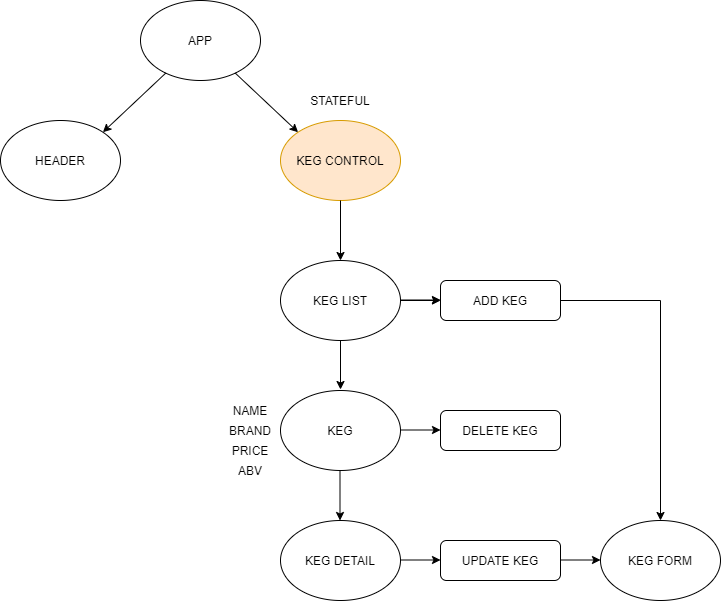
This is src/img/TapRoom.png from EricStratton/redux-tap-room, a draw.io export, as it was before one commit. Source tidied: cells renumbered, new cells last; positions are measured from the earlier drawing's top-left corner, leaving out a move shared by most shapes. Source of this version:
```xml
<mxGraphModel>
  <root>
    <mxCell id="0" />
    <mxCell id="1" parent="0" />
    <mxCell id="2" value="HEADER" style="ellipse;whiteSpace=wrap;html=1;" parent="1" vertex="1">
      <mxGeometry y="120" width="120" height="80" as="geometry" />
    </mxCell>
    <mxCell id="3" value="KEG CONTROL" style="ellipse;whiteSpace=wrap;html=1;fillColor=#ffe6cc;strokeColor=#d79b00;" parent="1" vertex="1">
      <mxGeometry x="280" y="120" width="120" height="80" as="geometry" />
    </mxCell>
    <mxCell id="4" style="endArrow=classic;html=1;" parent="1" edge="1" source="3">
      <mxGeometry relative="1" as="geometry">
        <mxPoint x="340" y="260" as="targetPoint" />
      </mxGeometry>
    </mxCell>
    <mxCell id="5" value="APP" style="ellipse;whiteSpace=wrap;html=1;" parent="1" vertex="1">
      <mxGeometry x="140" width="120" height="80" as="geometry" />
    </mxCell>
    <mxCell id="6" style="endArrow=classic;html=1;entryX=1;entryY=0;entryDx=0;entryDy=0;" parent="1" edge="1" source="5" target="2">
      <mxGeometry relative="1" as="geometry" />
    </mxCell>
    <mxCell id="7" style="endArrow=classic;html=1;entryX=0;entryY=0;entryDx=0;entryDy=0;" parent="1" edge="1" source="5" target="3">
      <mxGeometry relative="1" as="geometry" />
    </mxCell>
    <mxCell id="8" style="edgeStyle=orthogonalEdgeStyle;rounded=0;jettySize=auto;html=1;" parent="1" edge="1" source="9" target="14">
      <mxGeometry relative="1" as="geometry" />
    </mxCell>
    <mxCell id="9" value="KEG LIST" style="ellipse;whiteSpace=wrap;html=1;" parent="1" vertex="1">
      <mxGeometry x="280" y="260" width="120" height="80" as="geometry" />
    </mxCell>
    <mxCell id="10" value="KEG" style="ellipse;whiteSpace=wrap;html=1;" parent="1" vertex="1">
      <mxGeometry x="280" y="390" width="120" height="80" as="geometry" />
    </mxCell>
    <mxCell id="11" style="endArrow=classic;html=1;exitX=0.5;exitY=1;exitDx=0;exitDy=0;" parent="1" edge="1" source="9">
      <mxGeometry relative="1" as="geometry">
        <mxPoint x="340" y="389" as="targetPoint" />
      </mxGeometry>
    </mxCell>
    <mxCell id="12" style="endArrow=classic;html=1;" parent="1" edge="1">
      <mxGeometry relative="1" as="geometry">
        <mxPoint x="400" y="299.5" as="sourcePoint" />
        <mxPoint x="440" y="299.5" as="targetPoint" />
      </mxGeometry>
    </mxCell>
    <mxCell id="13" style="edgeStyle=orthogonalEdgeStyle;rounded=0;jettySize=auto;html=1;entryX=0.5;entryY=0;entryDx=0;entryDy=0;" parent="1" edge="1" source="14" target="21">
      <mxGeometry relative="1" as="geometry" />
    </mxCell>
    <mxCell id="14" value="ADD KEG" style="rounded=1;whiteSpace=wrap;html=1;" parent="1" vertex="1">
      <mxGeometry x="440" y="280" width="120" height="40" as="geometry" />
    </mxCell>
    <mxCell id="15" value="DELETE KEG" style="rounded=1;whiteSpace=wrap;html=1;" parent="1" vertex="1">
      <mxGeometry x="440" y="410" width="120" height="40" as="geometry" />
    </mxCell>
    <mxCell id="16" style="edgeStyle=orthogonalEdgeStyle;rounded=0;orthogonalLoop=1;jettySize=auto;html=1;" parent="1" edge="1">
      <mxGeometry relative="1" as="geometry">
        <mxPoint x="400" y="429.5" as="sourcePoint" />
        <mxPoint x="440" y="429.5" as="targetPoint" />
      </mxGeometry>
    </mxCell>
    <mxCell id="17" value="KEG DETAIL" style="ellipse;whiteSpace=wrap;html=1;" parent="1" vertex="1">
      <mxGeometry x="280" y="520" width="120" height="80" as="geometry" />
    </mxCell>
    <mxCell id="18" style="endArrow=classic;html=1;exitX=0.5;exitY=1;exitDx=0;exitDy=0;" parent="1" edge="1">
      <mxGeometry relative="1" as="geometry">
        <mxPoint x="339.5" y="471" as="sourcePoint" />
        <mxPoint x="339.5" y="520" as="targetPoint" />
      </mxGeometry>
    </mxCell>
    <mxCell id="19" value="UPDATE KEG" style="rounded=1;whiteSpace=wrap;html=1;" parent="1" vertex="1">
      <mxGeometry x="440" y="540" width="120" height="40" as="geometry" />
    </mxCell>
    <mxCell id="20" style="edgeStyle=orthogonalEdgeStyle;rounded=0;orthogonalLoop=1;jettySize=auto;html=1;" parent="1" edge="1">
      <mxGeometry relative="1" as="geometry">
        <mxPoint x="400" y="559.5" as="sourcePoint" />
        <mxPoint x="440" y="559.5" as="targetPoint" />
      </mxGeometry>
    </mxCell>
    <mxCell id="21" value="KEG FORM" style="ellipse;whiteSpace=wrap;html=1;" parent="1" vertex="1">
      <mxGeometry x="600" y="520" width="120" height="80" as="geometry" />
    </mxCell>
    <mxCell id="22" style="edgeStyle=orthogonalEdgeStyle;rounded=0;orthogonalLoop=1;jettySize=auto;html=1;" parent="1" edge="1">
      <mxGeometry relative="1" as="geometry">
        <mxPoint x="560" y="559.5" as="sourcePoint" />
        <mxPoint x="600" y="559.5" as="targetPoint" />
      </mxGeometry>
    </mxCell>
    <mxCell id="23" value="NAME" style="text;html=1;strokeColor=none;fillColor=none;align=center;verticalAlign=middle;whiteSpace=wrap;rounded=0;" parent="1" vertex="1">
      <mxGeometry x="230" y="400" width="40" height="20" as="geometry" />
    </mxCell>
    <mxCell id="24" value="BRAND" style="text;html=1;strokeColor=none;fillColor=none;align=center;verticalAlign=middle;whiteSpace=wrap;rounded=0;" parent="1" vertex="1">
      <mxGeometry x="230" y="420" width="40" height="20" as="geometry" />
    </mxCell>
    <mxCell id="25" value="PRICE" style="text;html=1;strokeColor=none;fillColor=none;align=center;verticalAlign=middle;whiteSpace=wrap;rounded=0;" parent="1" vertex="1">
      <mxGeometry x="230" y="440" width="40" height="20" as="geometry" />
    </mxCell>
    <mxCell id="26" value="ABV" style="text;html=1;strokeColor=none;fillColor=none;align=center;verticalAlign=middle;whiteSpace=wrap;rounded=0;" parent="1" vertex="1">
      <mxGeometry x="230" y="460" width="40" height="20" as="geometry" />
    </mxCell>
    <mxCell id="27" value="STATEFUL" style="text;html=1;strokeColor=none;fillColor=none;align=center;verticalAlign=middle;whiteSpace=wrap;rounded=0;" parent="1" vertex="1">
      <mxGeometry x="320" y="90" width="40" height="20" as="geometry" />
    </mxCell>
  </root>
</mxGraphModel>
```
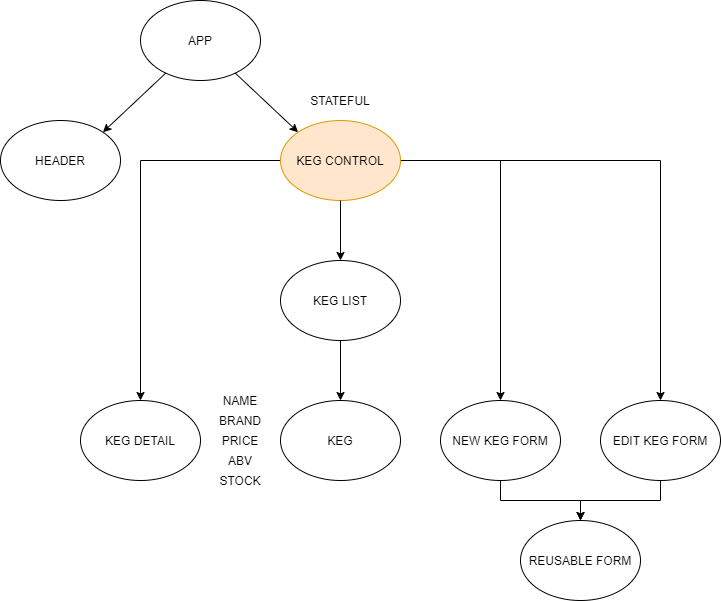
Above is the later version.

Commit message:
add restructured component diagram to project

Change to the diagram source:
```diff
@@ -5,6 +5,15 @@
     <mxCell id="2" value="HEADER" style="ellipse;whiteSpace=wrap;html=1;" parent="1" vertex="1">
       <mxGeometry y="120" width="120" height="80" as="geometry" />
     </mxCell>
+    <mxCell id="28" style="edgeStyle=orthogonalEdgeStyle;rounded=0;jettySize=auto;html=1;exitX=0;exitY=0.5;exitDx=0;exitDy=0;entryX=0.5;entryY=0;entryDx=0;entryDy=0;" parent="1" edge="1" source="3" target="17">
+      <mxGeometry relative="1" as="geometry" />
+    </mxCell>
+    <mxCell id="29" style="edgeStyle=orthogonalEdgeStyle;rounded=0;jettySize=auto;html=1;exitX=1;exitY=0.5;exitDx=0;exitDy=0;entryX=0.5;entryY=0;entryDx=0;entryDy=0;" parent="1" edge="1" source="3" target="21">
+      <mxGeometry relative="1" as="geometry" />
+    </mxCell>
+    <mxCell id="30" style="edgeStyle=orthogonalEdgeStyle;rounded=0;jettySize=auto;html=1;entryX=0.5;entryY=0;entryDx=0;entryDy=0;" parent="1" edge="1" source="3" target="33">
+      <mxGeometry relative="1" as="geometry" />
+    </mxCell>
     <mxCell id="3" value="KEG CONTROL" style="ellipse;whiteSpace=wrap;html=1;fillColor=#ffe6cc;strokeColor=#d79b00;" parent="1" vertex="1">
       <mxGeometry x="280" y="120" width="120" height="80" as="geometry" />
     </mxCell>
@@ -22,82 +31,50 @@
     <mxCell id="7" style="endArrow=classic;html=1;entryX=0;entryY=0;entryDx=0;entryDy=0;" parent="1" edge="1" source="5" target="3">
       <mxGeometry relative="1" as="geometry" />
     </mxCell>
-    <mxCell id="8" style="edgeStyle=orthogonalEdgeStyle;rounded=0;jettySize=auto;html=1;" parent="1" edge="1" source="9" target="14">
-      <mxGeometry relative="1" as="geometry" />
-    </mxCell>
     <mxCell id="9" value="KEG LIST" style="ellipse;whiteSpace=wrap;html=1;" parent="1" vertex="1">
       <mxGeometry x="280" y="260" width="120" height="80" as="geometry" />
     </mxCell>
     <mxCell id="10" value="KEG" style="ellipse;whiteSpace=wrap;html=1;" parent="1" vertex="1">
-      <mxGeometry x="280" y="390" width="120" height="80" as="geometry" />
+      <mxGeometry x="280" y="400" width="120" height="80" as="geometry" />
     </mxCell>
-    <mxCell id="11" style="endArrow=classic;html=1;exitX=0.5;exitY=1;exitDx=0;exitDy=0;" parent="1" edge="1" source="9">
-      <mxGeometry relative="1" as="geometry">
-        <mxPoint x="340" y="389" as="targetPoint" />
-      </mxGeometry>
+    <mxCell id="11" style="endArrow=classic;html=1;exitX=0.5;exitY=1;exitDx=0;exitDy=0;entryX=0.5;entryY=0;entryDx=0;entryDy=0;" parent="1" edge="1" source="9" target="10">
+      <mxGeometry relative="1" as="geometry" />
     </mxCell>
-    <mxCell id="12" style="endArrow=classic;html=1;" parent="1" edge="1">
-      <mxGeometry relative="1" as="geometry">
-        <mxPoint x="400" y="299.5" as="sourcePoint" />
-        <mxPoint x="440" y="299.5" as="targetPoint" />
-      </mxGeometry>
-    </mxCell>
-    <mxCell id="13" style="edgeStyle=orthogonalEdgeStyle;rounded=0;jettySize=auto;html=1;entryX=0.5;entryY=0;entryDx=0;entryDy=0;" parent="1" edge="1" source="14" target="21">
-      <mxGeometry relative="1" as="geometry" />
-    </mxCell>
-    <mxCell id="14" value="ADD KEG" style="rounded=1;whiteSpace=wrap;html=1;" parent="1" vertex="1">
-      <mxGeometry x="440" y="280" width="120" height="40" as="geometry" />
-    </mxCell>
-    <mxCell id="15" value="DELETE KEG" style="rounded=1;whiteSpace=wrap;html=1;" parent="1" vertex="1">
-      <mxGeometry x="440" y="410" width="120" height="40" as="geometry" />
-    </mxCell>
-    <mxCell id="16" style="edgeStyle=orthogonalEdgeStyle;rounded=0;orthogonalLoop=1;jettySize=auto;html=1;" parent="1" edge="1">
-      <mxGeometry relative="1" as="geometry">
-        <mxPoint x="400" y="429.5" as="sourcePoint" />
-        <mxPoint x="440" y="429.5" as="targetPoint" />
-      </mxGeometry>
-    </mxCell>
     <mxCell id="17" value="KEG DETAIL" style="ellipse;whiteSpace=wrap;html=1;" parent="1" vertex="1">
-      <mxGeometry x="280" y="520" width="120" height="80" as="geometry" />
+      <mxGeometry x="80" y="400" width="120" height="80" as="geometry" />
     </mxCell>
-    <mxCell id="18" style="endArrow=classic;html=1;exitX=0.5;exitY=1;exitDx=0;exitDy=0;" parent="1" edge="1">
-      <mxGeometry relative="1" as="geometry">
-        <mxPoint x="339.5" y="471" as="sourcePoint" />
-        <mxPoint x="339.5" y="520" as="targetPoint" />
-      </mxGeometry>
-    </mxCell>
-    <mxCell id="19" value="UPDATE KEG" style="rounded=1;whiteSpace=wrap;html=1;" parent="1" vertex="1">
-      <mxGeometry x="440" y="540" width="120" height="40" as="geometry" />
-    </mxCell>
-    <mxCell id="20" style="edgeStyle=orthogonalEdgeStyle;rounded=0;orthogonalLoop=1;jettySize=auto;html=1;" parent="1" edge="1">
-      <mxGeometry relative="1" as="geometry">
-        <mxPoint x="400" y="559.5" as="sourcePoint" />
-        <mxPoint x="440" y="559.5" as="targetPoint" />
-      </mxGeometry>
-    </mxCell>
+    <mxCell id="31" style="edgeStyle=orthogonalEdgeStyle;rounded=0;jettySize=auto;html=1;" parent="1" edge="1" source="21" target="34">
+      <mxGeometry relative="1" as="geometry" />
+    </mxCell>
-    <mxCell id="21" value="KEG FORM" style="ellipse;whiteSpace=wrap;html=1;" parent="1" vertex="1">
-      <mxGeometry x="600" y="520" width="120" height="80" as="geometry" />
+    <mxCell id="21" value="NEW KEG FORM" style="ellipse;whiteSpace=wrap;html=1;" parent="1" vertex="1">
+      <mxGeometry x="440" y="400" width="120" height="80" as="geometry" />
     </mxCell>
-    <mxCell id="22" style="edgeStyle=orthogonalEdgeStyle;rounded=0;orthogonalLoop=1;jettySize=auto;html=1;" parent="1" edge="1">
-      <mxGeometry relative="1" as="geometry">
-        <mxPoint x="560" y="559.5" as="sourcePoint" />
-        <mxPoint x="600" y="559.5" as="targetPoint" />
-      </mxGeometry>
-    </mxCell>
     <mxCell id="23" value="NAME" style="text;html=1;strokeColor=none;fillColor=none;align=center;verticalAlign=middle;whiteSpace=wrap;rounded=0;" parent="1" vertex="1">
-      <mxGeometry x="230" y="400" width="40" height="20" as="geometry" />
+      <mxGeometry x="220" y="390" width="40" height="20" as="geometry" />
     </mxCell>
     <mxCell id="24" value="BRAND" style="text;html=1;strokeColor=none;fillColor=none;align=center;verticalAlign=middle;whiteSpace=wrap;rounded=0;" parent="1" vertex="1">
-      <mxGeometry x="230" y="420" width="40" height="20" as="geometry" />
+      <mxGeometry x="220" y="410" width="40" height="20" as="geometry" />
     </mxCell>
     <mxCell id="25" value="PRICE" style="text;html=1;strokeColor=none;fillColor=none;align=center;verticalAlign=middle;whiteSpace=wrap;rounded=0;" parent="1" vertex="1">
-      <mxGeometry x="230" y="440" width="40" height="20" as="geometry" />
+      <mxGeometry x="220" y="430" width="40" height="20" as="geometry" />
     </mxCell>
     <mxCell id="26" value="ABV" style="text;html=1;strokeColor=none;fillColor=none;align=center;verticalAlign=middle;whiteSpace=wrap;rounded=0;" parent="1" vertex="1">
-      <mxGeometry x="230" y="460" width="40" height="20" as="geometry" />
+      <mxGeometry x="220" y="450" width="40" height="20" as="geometry" />
     </mxCell>
     <mxCell id="27" value="STATEFUL" style="text;html=1;strokeColor=none;fillColor=none;align=center;verticalAlign=middle;whiteSpace=wrap;rounded=0;" parent="1" vertex="1">
       <mxGeometry x="320" y="90" width="40" height="20" as="geometry" />
     </mxCell>
+    <mxCell id="32" style="edgeStyle=orthogonalEdgeStyle;rounded=0;jettySize=auto;html=1;" parent="1" edge="1" source="33" target="34">
+      <mxGeometry relative="1" as="geometry" />
+    </mxCell>
+    <mxCell id="33" value="EDIT KEG FORM" style="ellipse;whiteSpace=wrap;html=1;" parent="1" vertex="1">
+      <mxGeometry x="600" y="400" width="120" height="80" as="geometry" />
+    </mxCell>
+    <mxCell id="34" value="REUSABLE FORM" style="ellipse;whiteSpace=wrap;html=1;" parent="1" vertex="1">
+      <mxGeometry x="520" y="520" width="120" height="80" as="geometry" />
+    </mxCell>
+    <mxCell id="35" value="STOCK" style="text;html=1;strokeColor=none;fillColor=none;align=center;verticalAlign=middle;whiteSpace=wrap;rounded=0;" parent="1" vertex="1">
+      <mxGeometry x="220" y="470" width="40" height="20" as="geometry" />
+    </mxCell>
   </root>
 </mxGraphModel>
```
